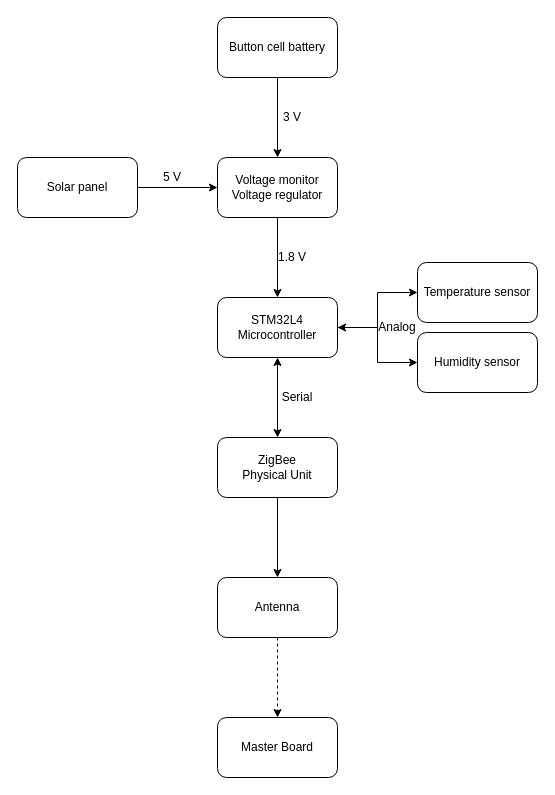
Earlier version of the draw.io diagram Documentation/IoTSlave.drawio (SR-Madsen/WirelessSensorNetwork). Source tidied: cells renumbered, new cells numbered last; positions are measured from the earlier drawing's top-left corner, leaving out a move shared by most shapes. Both pictures are drawn from the tidied source at 100%, with x=0, y=0 at pixel (17, 17).
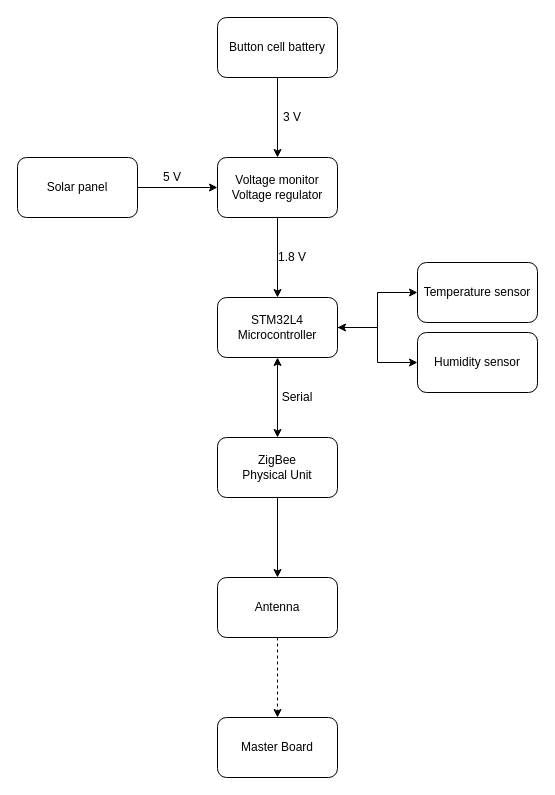
The same page after the edit.

Diff of the diagram source:
```diff
@@
-    <mxCell id="14" value="Analog" style="text;html=1;strokeColor=none;fillColor=none;align=center;verticalAlign=middle;whiteSpace=wrap;rounded=0;" parent="1" vertex="1">
-      <mxGeometry x="360" y="300" width="40" height="20" as="geometry" />
-    </mxCell>
```
